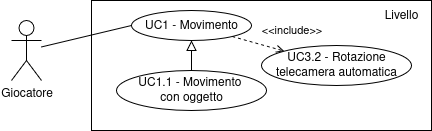
fliposab/UnipdThesis keeps this draw.io diagram as images/usecase/uc-movimento.png. Above is the earlier version. Source tidied: cells renumbered, new cells last; positions are measured from the earlier drawing's top-left corner, leaving out a move shared by most shapes.
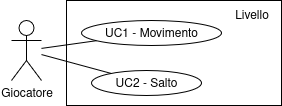
The same diagram one commit later.

What changed in the source:
```diff
@@ -2,37 +2,26 @@
   <root>
     <mxCell id="0" />
     <mxCell id="1" parent="0" />
-    <mxCell id="2" style="rounded=0;whiteSpace=wrap;html=1;gradientColor=none;" parent="1" vertex="1">
-      <mxGeometry x="80" width="340" height="130" as="geometry" />
+    <mxCell id="2" style="rounded=0;whiteSpace=wrap;html=1;" parent="1" vertex="1">
+      <mxGeometry x="145" y="-50" width="215" height="105" as="geometry" />
     </mxCell>
-    <mxCell id="3" style="rounded=0;jettySize=auto;html=1;entryX=0;entryY=0.5;entryDx=0;entryDy=0;endArrow=none;startFill=0;" parent="1" edge="1" source="4" target="5">
+    <mxCell id="3" style="rounded=0;jettySize=auto;html=1;endArrow=none;endFill=0;" parent="1" edge="1" source="4" target="5">
       <mxGeometry relative="1" as="geometry" />
     </mxCell>
-    <mxCell id="4" value="Giocatore" style="shape=umlActor;verticalLabelPosition=bottom;verticalAlign=top;html=1;outlineConnect=0;" parent="1" vertex="1">
-      <mxGeometry y="20" width="30" height="60" as="geometry" />
+    <mxCell id="4" value="&lt;div&gt;Giocatore&lt;/div&gt;" style="shape=umlActor;verticalLabelPosition=bottom;verticalAlign=top;html=1;outlineConnect=0;" parent="1" vertex="1">
+      <mxGeometry x="90" y="-30" width="30" height="60" as="geometry" />
     </mxCell>
     <mxCell id="5" value="UC1 - Movimento" style="ellipse;whiteSpace=wrap;html=1;" parent="1" vertex="1">
-      <mxGeometry x="120" y="10" width="120" height="30" as="geometry" />
+      <mxGeometry x="160" y="-30" width="140" height="25" as="geometry" />
     </mxCell>
-    <mxCell id="6" value="Livello" style="text;html=1;align=center;verticalAlign=middle;whiteSpace=wrap;rounded=0;" parent="1" vertex="1">
-      <mxGeometry x="360" width="60" height="30" as="geometry" />
+    <mxCell id="6" value="Livello" style="text;html=1;align=center;verticalAlign=middle;strokeColor=none;fillColor=none;" parent="1" vertex="1">
+      <mxGeometry x="300" y="-50" width="60" height="30" as="geometry" />
     </mxCell>
-    <mxCell id="7" style="edgeStyle=none;curved=1;rounded=0;jettySize=auto;html=1;entryX=0.5;entryY=1;entryDx=0;entryDy=0;fontSize=12;startSize=8;endSize=8;endArrow=block;endFill=0;" parent="1" edge="1" source="8" target="5">
-      <mxGeometry relative="1" as="geometry" />
+    <mxCell id="7" value="&lt;div&gt;UC2 - Salto&lt;/div&gt;" style="ellipse;whiteSpace=wrap;html=1;" parent="1" vertex="1">
+      <mxGeometry x="170" y="20" width="110" height="25" as="geometry" />
     </mxCell>
-    <mxCell id="8" value="&lt;div&gt;UC1.1 - Movimento&amp;nbsp;&lt;/div&gt;&lt;div&gt;con oggetto&lt;/div&gt;" style="ellipse;whiteSpace=wrap;html=1;" parent="1" vertex="1">
-      <mxGeometry x="105" y="70" width="150" height="40" as="geometry" />
+    <mxCell id="8" style="rounded=0;jettySize=auto;html=1;endArrow=none;endFill=0;" parent="1" edge="1" source="4" target="7">
+      <mxGeometry relative="1" as="geometry" />
     </mxCell>
-    <mxCell id="9" value="&lt;div&gt;UC3.2 - Rotazione&lt;/div&gt;&lt;div&gt;telecamera automatica&lt;/div&gt;" style="ellipse;whiteSpace=wrap;html=1;" parent="1" vertex="1">
-      <mxGeometry x="250" y="45" width="150" height="40" as="geometry" />
-    </mxCell>
-    <mxCell id="10" style="rounded=0;jettySize=auto;html=1;endArrow=open;endFill=0;dashed=1;" parent="1" edge="1" source="5" target="9">
-      <mxGeometry relative="1" as="geometry" />
-    </mxCell>
-    <mxCell id="11" value="&amp;lt;&amp;lt;include&amp;gt;&amp;gt;" style="edgeLabel;html=1;align=center;verticalAlign=middle;labelBackgroundColor=none;" parent="10" vertex="1">
-      <mxGeometry x="-0.32" y="1" relative="1" as="geometry">
-        <mxPoint x="41" y="-10" as="offset" />
-      </mxGeometry>
-    </mxCell>
   </root>
 </mxGraphModel>
```
